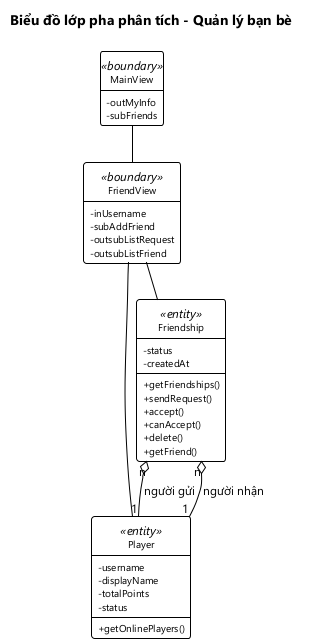
Earlier version of the PlantUML export docs/hung/lop-phan-tich-uc07.png (HungNguyenBa1811/math-dash). Source of this version:
```plantuml
@startuml lop-phan-tich-uc07
!include _theme.iuml
title Biểu đồ lớp pha phân tích - Quản lý bạn bè

class MainView <<boundary>> {
  - outMyInfo
  - subFriends
}
class FriendView <<boundary>> {
  - inUsername
  - subAddFriend
  - outsubListRequest
  - outsubListFriend
}
class Player <<entity>> {
  - username
  - displayName
  - totalPoints
  - status
  + getOnlinePlayers()
}
class Friendship <<entity>> {
  - status
  - createdAt
  + getFriendships()
  + sendRequest()
  + accept()
  + canAccept()
  + delete()
  + getFriend()
}

MainView -- FriendView
FriendView -- Friendship
FriendView -- Player
Friendship "n" o-- "1" Player : người gửi
Friendship "n" o-- "1" Player : người nhận
@enduml
```
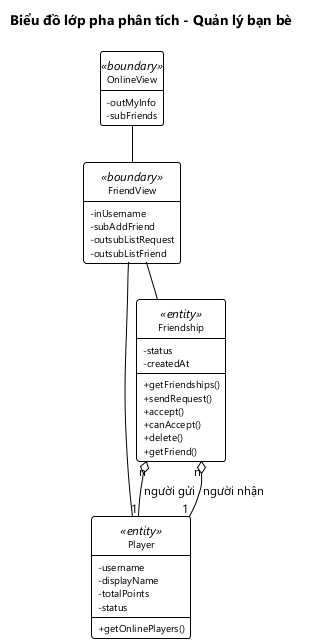
Later version of the same file.

What changed in the source:
```diff
@@ -2,7 +2,7 @@
 !include _theme.iuml
 title Biểu đồ lớp pha phân tích - Quản lý bạn bè
 
-class MainView <<boundary>> {
+class OnlineView <<boundary>> {
   - outMyInfo
   - subFriends
 }
@@ -30,7 +30,7 @@
   + getFriend()
 }
 
-MainView -- FriendView
+OnlineView -- FriendView
 FriendView -- Friendship
 FriendView -- Player
 Friendship "n" o-- "1" Player : người gửi
```
